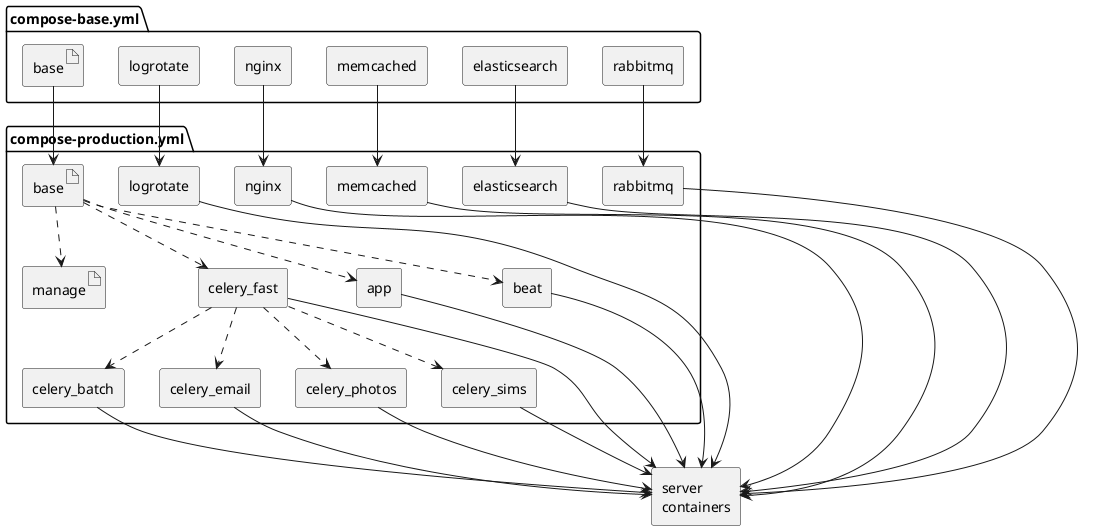
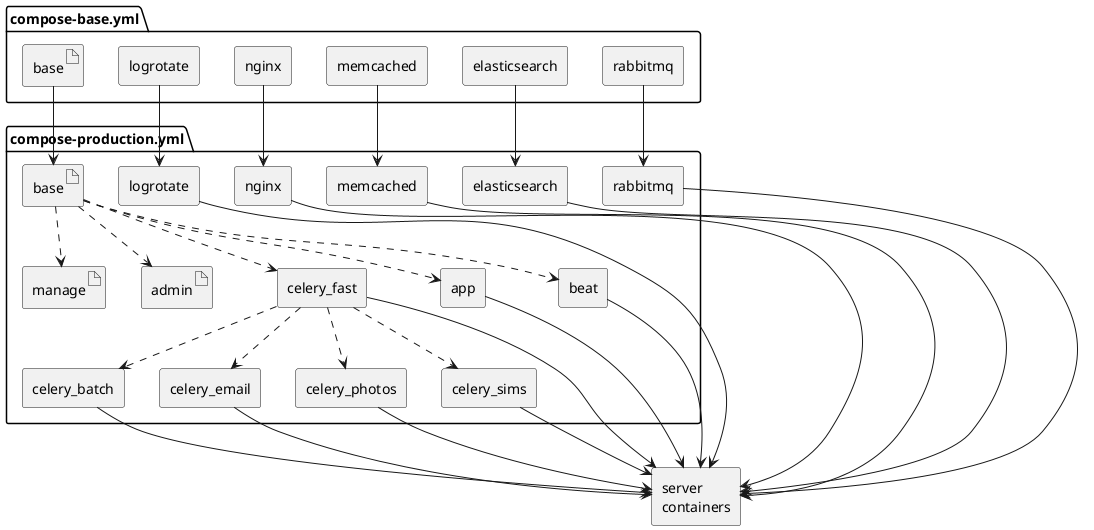
@startuml

package "compose-base.yml" {
    agent rabbitmq as rabbitmq_b
    agent elasticsearch as elasticsearch_b
    agent memcached as memcached_b
    agent nginx as nginx_b
    agent logrotate as logrotate_b

    artifact base as base_b
}

package "compose-production.yml" {
    agent rabbitmq
    agent elasticsearch
    agent memcached
    agent nginx
    agent logrotate
    artifact base
+     artifact manage
+     artifact admin
    agent app
    agent rabbitmq
    agent celery_fast
    agent celery_batch
    agent celery_email
    agent celery_photos
    agent celery_sims
    agent beat
-     artifact manage

    base ..> app
    base ..> celery_fast
    base ..> beat
    base ..> manage
+     base ..> admin
    celery_fast ..> celery_batch
    celery_fast ..> celery_email
    celery_fast ..> celery_photos
    celery_fast ..> celery_sims
}

rabbitmq_b --> rabbitmq
elasticsearch_b --> elasticsearch
memcached_b --> memcached
nginx_b --> nginx
logrotate_b --> logrotate
base_b --> base

agent "server\ncontainers" as server

app --> server
celery_batch --> server
celery_fast --> server
celery_email --> server
celery_photos --> server
celery_sims --> server
beat --> server
nginx ---> server
logrotate ---> server
rabbitmq ---> server
elasticsearch ---> server
memcached ---> server


@enduml
